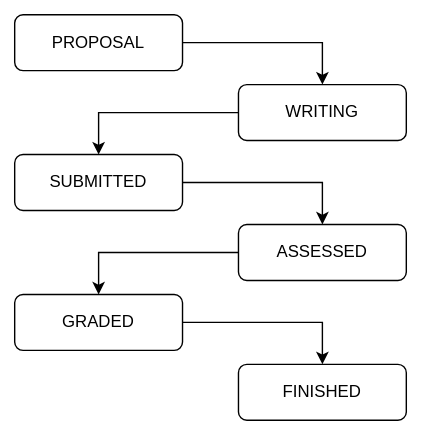
Earlier version of the draw.io export proposal/thesis-states.svg (fabian-emilius/bachelor-thesis-charts). Source tidied: cells renumbered, new cells last; positions are measured from the earlier drawing's top-left corner, leaving out a move shared by most shapes. Source of this version:
```xml
<mxGraphModel>
  <root>
    <mxCell id="0" />
    <mxCell id="1" parent="0" />
    <mxCell id="2" style="edgeStyle=orthogonalEdgeStyle;rounded=0;jettySize=auto;html=1;exitX=1;exitY=0.5;exitDx=0;exitDy=0;entryX=0.5;entryY=0;entryDx=0;entryDy=0;" parent="1" edge="1" source="3" target="5">
      <mxGeometry relative="1" as="geometry" />
    </mxCell>
    <mxCell id="3" value="PROPOSAL" style="rounded=1;whiteSpace=wrap;html=1;fontSize=12;glass=0;strokeWidth=1;shadow=0;" parent="1" vertex="1">
      <mxGeometry width="120" height="40" as="geometry" />
    </mxCell>
    <mxCell id="4" style="edgeStyle=orthogonalEdgeStyle;rounded=0;jettySize=auto;html=1;exitX=0;exitY=0.5;exitDx=0;exitDy=0;entryX=0.5;entryY=0;entryDx=0;entryDy=0;" parent="1" edge="1" source="5" target="7">
      <mxGeometry relative="1" as="geometry" />
    </mxCell>
    <mxCell id="5" value="WRITING" style="rounded=1;whiteSpace=wrap;html=1;fontSize=12;glass=0;strokeWidth=1;shadow=0;" parent="1" vertex="1">
      <mxGeometry x="160" y="50" width="120" height="40" as="geometry" />
    </mxCell>
    <mxCell id="6" style="edgeStyle=orthogonalEdgeStyle;rounded=0;jettySize=auto;html=1;exitX=1;exitY=0.5;exitDx=0;exitDy=0;entryX=0.5;entryY=0;entryDx=0;entryDy=0;" parent="1" edge="1" source="7" target="9">
      <mxGeometry relative="1" as="geometry" />
    </mxCell>
    <mxCell id="7" value="SUBMITTED" style="rounded=1;whiteSpace=wrap;html=1;fontSize=12;glass=0;strokeWidth=1;shadow=0;" parent="1" vertex="1">
      <mxGeometry y="100" width="120" height="40" as="geometry" />
    </mxCell>
    <mxCell id="8" style="edgeStyle=orthogonalEdgeStyle;rounded=0;jettySize=auto;html=1;exitX=0;exitY=0.5;exitDx=0;exitDy=0;entryX=0.5;entryY=0;entryDx=0;entryDy=0;" parent="1" edge="1" source="9" target="11">
      <mxGeometry relative="1" as="geometry" />
    </mxCell>
    <mxCell id="9" value="ASSESSED" style="rounded=1;whiteSpace=wrap;html=1;fontSize=12;glass=0;strokeWidth=1;shadow=0;" parent="1" vertex="1">
      <mxGeometry x="160" y="150" width="120" height="40" as="geometry" />
    </mxCell>
    <mxCell id="10" style="edgeStyle=orthogonalEdgeStyle;rounded=0;jettySize=auto;html=1;exitX=1;exitY=0.5;exitDx=0;exitDy=0;entryX=0.5;entryY=0;entryDx=0;entryDy=0;" parent="1" edge="1" source="11" target="12">
      <mxGeometry relative="1" as="geometry" />
    </mxCell>
    <mxCell id="11" value="GRADED" style="rounded=1;whiteSpace=wrap;html=1;fontSize=12;glass=0;strokeWidth=1;shadow=0;" parent="1" vertex="1">
      <mxGeometry y="200" width="120" height="40" as="geometry" />
    </mxCell>
    <mxCell id="12" value="FINISHED" style="rounded=1;whiteSpace=wrap;html=1;fontSize=12;glass=0;strokeWidth=1;shadow=0;" parent="1" vertex="1">
      <mxGeometry x="160" y="250" width="120" height="40" as="geometry" />
    </mxCell>
  </root>
</mxGraphModel>
```
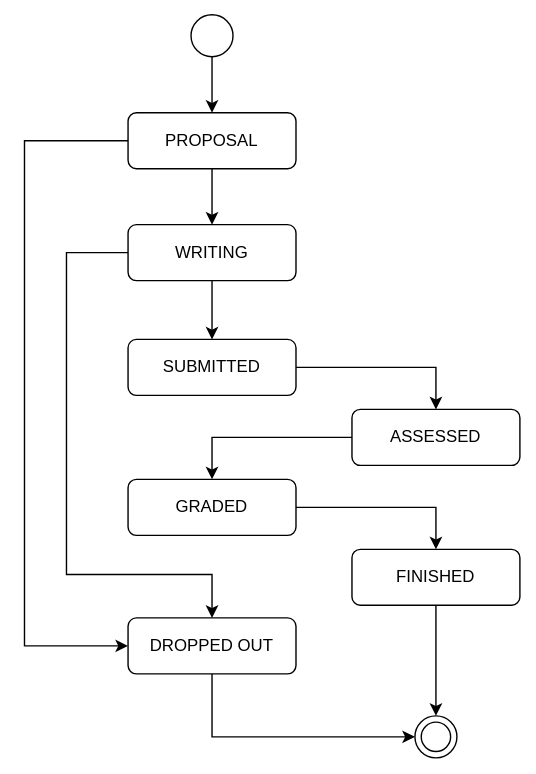
The same file after the commit.

What changed in the source:
```diff
@@ -2,17 +2,34 @@
   <root>
     <mxCell id="0" />
     <mxCell id="1" parent="0" />
-    <mxCell id="2" style="edgeStyle=orthogonalEdgeStyle;rounded=0;jettySize=auto;html=1;exitX=1;exitY=0.5;exitDx=0;exitDy=0;entryX=0.5;entryY=0;entryDx=0;entryDy=0;" parent="1" edge="1" source="3" target="5">
+    <mxCell id="2" style="edgeStyle=orthogonalEdgeStyle;rounded=0;jettySize=auto;html=1;exitX=0.5;exitY=1;exitDx=0;exitDy=0;entryX=0.5;entryY=0;entryDx=0;entryDy=0;" parent="1" edge="1" source="3" target="5">
       <mxGeometry relative="1" as="geometry" />
     </mxCell>
+    <mxCell id="13" style="edgeStyle=orthogonalEdgeStyle;rounded=0;jettySize=auto;html=1;exitX=0;exitY=0.5;exitDx=0;exitDy=0;entryX=0;entryY=0.5;entryDx=0;entryDy=0;" parent="1" edge="1" source="3" target="20">
+      <mxGeometry relative="1" as="geometry">
+        <Array as="points">
+          <mxPoint x="-74" y="-42" />
+          <mxPoint x="-74" y="319" />
+        </Array>
+      </mxGeometry>
+    </mxCell>
     <mxCell id="3" value="PROPOSAL" style="rounded=1;whiteSpace=wrap;html=1;fontSize=12;glass=0;strokeWidth=1;shadow=0;" parent="1" vertex="1">
-      <mxGeometry width="120" height="40" as="geometry" />
+      <mxGeometry y="-62" width="120" height="40" as="geometry" />
     </mxCell>
-    <mxCell id="4" style="edgeStyle=orthogonalEdgeStyle;rounded=0;jettySize=auto;html=1;exitX=0;exitY=0.5;exitDx=0;exitDy=0;entryX=0.5;entryY=0;entryDx=0;entryDy=0;" parent="1" edge="1" source="5" target="7">
+    <mxCell id="4" style="edgeStyle=orthogonalEdgeStyle;rounded=0;jettySize=auto;html=1;exitX=0.5;exitY=1;exitDx=0;exitDy=0;entryX=0.5;entryY=0;entryDx=0;entryDy=0;" parent="1" edge="1" source="5" target="7">
       <mxGeometry relative="1" as="geometry" />
     </mxCell>
+    <mxCell id="14" style="edgeStyle=orthogonalEdgeStyle;rounded=0;jettySize=auto;html=1;exitX=0;exitY=0.5;exitDx=0;exitDy=0;entryX=0.5;entryY=0;entryDx=0;entryDy=0;" parent="1" edge="1" source="5" target="20">
+      <mxGeometry relative="1" as="geometry">
+        <Array as="points">
+          <mxPoint x="-44" y="38" />
+          <mxPoint x="-44" y="268" />
+          <mxPoint x="60" y="268" />
+        </Array>
+      </mxGeometry>
+    </mxCell>
     <mxCell id="5" value="WRITING" style="rounded=1;whiteSpace=wrap;html=1;fontSize=12;glass=0;strokeWidth=1;shadow=0;" parent="1" vertex="1">
-      <mxGeometry x="160" y="50" width="120" height="40" as="geometry" />
+      <mxGeometry y="18" width="120" height="40" as="geometry" />
     </mxCell>
     <mxCell id="6" style="edgeStyle=orthogonalEdgeStyle;rounded=0;jettySize=auto;html=1;exitX=1;exitY=0.5;exitDx=0;exitDy=0;entryX=0.5;entryY=0;entryDx=0;entryDy=0;" parent="1" edge="1" source="7" target="9">
       <mxGeometry relative="1" as="geometry" />
@@ -32,8 +49,29 @@
     <mxCell id="11" value="GRADED" style="rounded=1;whiteSpace=wrap;html=1;fontSize=12;glass=0;strokeWidth=1;shadow=0;" parent="1" vertex="1">
       <mxGeometry y="200" width="120" height="40" as="geometry" />
     </mxCell>
+    <mxCell id="15" style="edgeStyle=orthogonalEdgeStyle;rounded=0;jettySize=auto;html=1;" parent="1" edge="1" source="12" target="16">
+      <mxGeometry relative="1" as="geometry" />
+    </mxCell>
     <mxCell id="12" value="FINISHED" style="rounded=1;whiteSpace=wrap;html=1;fontSize=12;glass=0;strokeWidth=1;shadow=0;" parent="1" vertex="1">
       <mxGeometry x="160" y="250" width="120" height="40" as="geometry" />
     </mxCell>
+    <mxCell id="16" style="ellipse;whiteSpace=wrap;html=1;rounded=1;glass=0;strokeWidth=1;shadow=0;" parent="1" vertex="1">
+      <mxGeometry x="205" y="369" width="30" height="30" as="geometry" />
+    </mxCell>
+    <mxCell id="17" style="edgeStyle=orthogonalEdgeStyle;rounded=0;jettySize=auto;html=1;exitX=0.5;exitY=1;exitDx=0;exitDy=0;entryX=0.5;entryY=0;entryDx=0;entryDy=0;" parent="1" edge="1" source="18" target="3">
+      <mxGeometry relative="1" as="geometry" />
+    </mxCell>
+    <mxCell id="18" style="ellipse;whiteSpace=wrap;html=1;rounded=1;glass=0;strokeWidth=1;shadow=0;" parent="1" vertex="1">
+      <mxGeometry x="45" y="-132" width="30" height="30" as="geometry" />
+    </mxCell>
+    <mxCell id="19" style="edgeStyle=orthogonalEdgeStyle;rounded=0;jettySize=auto;html=1;exitX=0.5;exitY=1;exitDx=0;exitDy=0;entryX=0;entryY=0.5;entryDx=0;entryDy=0;" parent="1" edge="1" source="20" target="16">
+      <mxGeometry relative="1" as="geometry" />
+    </mxCell>
+    <mxCell id="20" value="DROPPED OUT" style="rounded=1;whiteSpace=wrap;html=1;fontSize=12;glass=0;strokeWidth=1;shadow=0;" parent="1" vertex="1">
+      <mxGeometry y="299" width="120" height="40" as="geometry" />
+    </mxCell>
+    <mxCell id="21" style="ellipse;whiteSpace=wrap;html=1;rounded=1;glass=0;strokeWidth=1;shadow=0;" parent="1" vertex="1">
+      <mxGeometry x="209.5" y="373.5" width="21" height="21" as="geometry" />
+    </mxCell>
   </root>
 </mxGraphModel>
```
